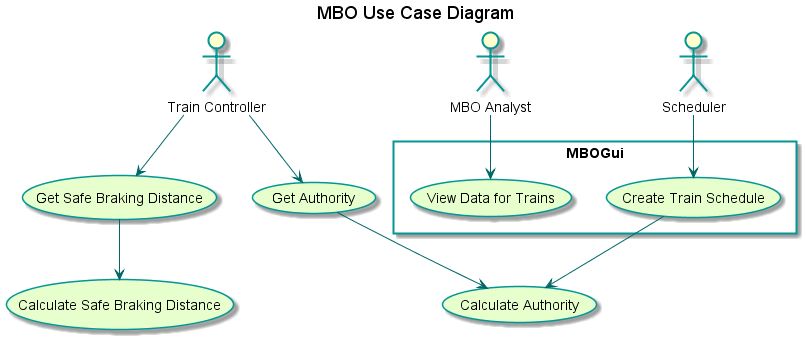
Before: TrainSystem/yUML/Usecase Diagrams/MBOUseCaseDiagram.png, a diagram exported from PlantUML (kevingilboy/COE1186). Source of this version:
```plantuml
@startuml
title MBO Use Case Diagram

skinparam usecaseBackgroundColor #e6ffcc
skinparam usecaseBorderColor 	#049595
skinparam actorBorderColor 	#049595
skinparam packageBorderCOlor  #049595
skinparam arrowColor #006666

:Train Controller: as tc
:MBO Analyst: as ma
:Scheduler: as s

rectangle MBOGui{
	(View Data for Trains)
	(Create Train Schedule)
}

ma --> (View Data for Trains)
tc --> (Get Authority)
tc --> (Get Safe Braking Distance)
s --> (Create Train Schedule)
(Get Authority) --> (Calculate Authority)
(Create Train Schedule) --> (Calculate Authority)
(Get Safe Braking Distance) --> (Calculate Safe Braking Distance)
@enduml
```
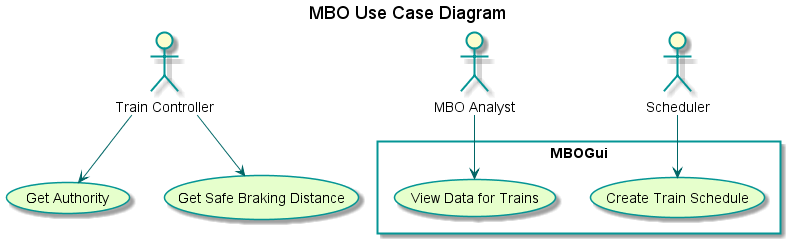
After the change.

What changed in the source:
```diff
@@ -20,7 +20,4 @@
 tc --> (Get Authority)
 tc --> (Get Safe Braking Distance)
 s --> (Create Train Schedule)
-(Get Authority) --> (Calculate Authority)
-(Create Train Schedule) --> (Calculate Authority)
-(Get Safe Braking Distance) --> (Calculate Safe Braking Distance)
 @enduml
```
